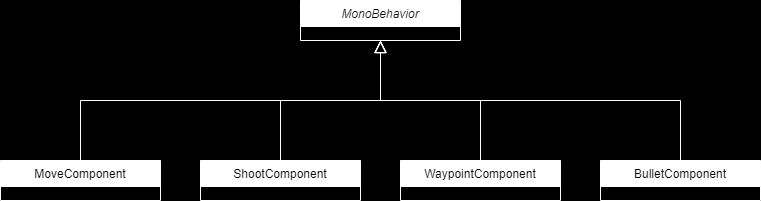
PedroSanchezPresidente/IAV-PFinal keeps this draw.io diagram as UML_PFINAL_IAV.png. Above is the earlier version. Source tidied: cells renumbered, new cells last; positions are measured from the earlier drawing's top-left corner, leaving out a move shared by most shapes. Source of this version:
```xml
<mxGraphModel background="#000000">
  <root>
    <mxCell id="0" />
    <mxCell id="1" parent="0" />
    <mxCell id="2" value="MonoBehavior" style="swimlane;fontStyle=2;align=center;verticalAlign=top;horizontal=1;startSize=26;rounded=0;shadow=0;strokeWidth=1;strokeColor=#FFFFFF;" parent="1" vertex="1">
      <mxGeometry x="300" width="160" height="40" as="geometry" />
    </mxCell>
    <mxCell id="3" value="MoveComponent" style="swimlane;fontStyle=0;align=center;verticalAlign=top;horizontal=1;startSize=26;rounded=0;shadow=0;strokeWidth=1;strokeColor=#FFFFFF;" parent="1" vertex="1">
      <mxGeometry y="160" width="160" height="40" as="geometry" />
    </mxCell>
    <mxCell id="4" style="endArrow=block;endSize=10;endFill=0;shadow=0;strokeWidth=1;rounded=0;curved=0;edgeStyle=elbowEdgeStyle;elbow=vertical;strokeColor=#FFFFFF;" parent="1" edge="1" source="3" target="2">
      <mxGeometry relative="1" as="geometry" />
    </mxCell>
    <mxCell id="5" value="ShootComponent" style="swimlane;fontStyle=0;align=center;verticalAlign=top;horizontal=1;startSize=26;rounded=0;shadow=0;strokeWidth=1;fillColor=#FFFFFF;strokeColor=#FFFFFF;" parent="1" vertex="1">
      <mxGeometry x="200" y="160" width="160" height="40" as="geometry" />
    </mxCell>
    <mxCell id="6" style="endArrow=block;endSize=10;endFill=0;shadow=0;strokeWidth=1;rounded=0;curved=0;edgeStyle=elbowEdgeStyle;elbow=vertical;strokeColor=#FFFFFF;" parent="1" edge="1" source="5" target="2">
      <mxGeometry relative="1" as="geometry" />
    </mxCell>
    <mxCell id="7" style="edgeStyle=orthogonalEdgeStyle;rounded=0;jettySize=auto;html=1;exitX=0.5;exitY=0;exitDx=0;exitDy=0;entryX=0.5;entryY=1;entryDx=0;entryDy=0;endArrow=block;endFill=0;endSize=10;strokeColor=#FFFFFF;" parent="1" edge="1" source="8" target="2">
      <mxGeometry relative="1" as="geometry" />
    </mxCell>
    <mxCell id="8" value="WaypointComponent" style="swimlane;fontStyle=0;align=center;verticalAlign=top;horizontal=1;startSize=26;rounded=0;shadow=0;strokeWidth=1;strokeColor=#FFFFFF;" parent="1" vertex="1">
      <mxGeometry x="400" y="160" width="160" height="40" as="geometry" />
    </mxCell>
    <mxCell id="9" style="edgeStyle=orthogonalEdgeStyle;rounded=0;jettySize=auto;html=1;exitX=0.5;exitY=0;exitDx=0;exitDy=0;entryX=0.5;entryY=1;entryDx=0;entryDy=0;endSize=10;endArrow=block;endFill=0;strokeColor=#FFFFFF;" parent="1" edge="1" source="10" target="2">
      <mxGeometry relative="1" as="geometry" />
    </mxCell>
    <mxCell id="10" value="BulletComponent" style="swimlane;fontStyle=0;align=center;verticalAlign=top;horizontal=1;startSize=26;rounded=0;shadow=0;strokeWidth=1;strokeColor=#FFFFFF;" parent="1" vertex="1">
      <mxGeometry x="600" y="160" width="160" height="40" as="geometry" />
    </mxCell>
  </root>
</mxGraphModel>
```
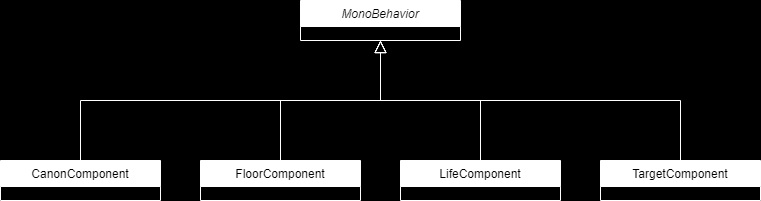
After the commit.

Change to the diagram source:
```diff
@@ -5,13 +5,13 @@
     <mxCell id="2" value="MonoBehavior" style="swimlane;fontStyle=2;align=center;verticalAlign=top;horizontal=1;startSize=26;rounded=0;shadow=0;strokeWidth=1;strokeColor=#FFFFFF;" parent="1" vertex="1">
       <mxGeometry x="300" width="160" height="40" as="geometry" />
     </mxCell>
-    <mxCell id="3" value="MoveComponent" style="swimlane;fontStyle=0;align=center;verticalAlign=top;horizontal=1;startSize=26;rounded=0;shadow=0;strokeWidth=1;strokeColor=#FFFFFF;" parent="1" vertex="1">
+    <mxCell id="3" value="CanonComponent" style="swimlane;fontStyle=0;align=center;verticalAlign=top;horizontal=1;startSize=26;rounded=0;shadow=0;strokeWidth=1;strokeColor=#FFFFFF;" parent="1" vertex="1">
       <mxGeometry y="160" width="160" height="40" as="geometry" />
     </mxCell>
     <mxCell id="4" style="endArrow=block;endSize=10;endFill=0;shadow=0;strokeWidth=1;rounded=0;curved=0;edgeStyle=elbowEdgeStyle;elbow=vertical;strokeColor=#FFFFFF;" parent="1" edge="1" source="3" target="2">
       <mxGeometry relative="1" as="geometry" />
     </mxCell>
-    <mxCell id="5" value="ShootComponent" style="swimlane;fontStyle=0;align=center;verticalAlign=top;horizontal=1;startSize=26;rounded=0;shadow=0;strokeWidth=1;fillColor=#FFFFFF;strokeColor=#FFFFFF;" parent="1" vertex="1">
+    <mxCell id="5" value="FloorComponent" style="swimlane;fontStyle=0;align=center;verticalAlign=top;horizontal=1;startSize=26;rounded=0;shadow=0;strokeWidth=1;fillColor=#FFFFFF;strokeColor=#FFFFFF;" parent="1" vertex="1">
       <mxGeometry x="200" y="160" width="160" height="40" as="geometry" />
     </mxCell>
     <mxCell id="6" style="endArrow=block;endSize=10;endFill=0;shadow=0;strokeWidth=1;rounded=0;curved=0;edgeStyle=elbowEdgeStyle;elbow=vertical;strokeColor=#FFFFFF;" parent="1" edge="1" source="5" target="2">
@@ -20,13 +20,13 @@
     <mxCell id="7" style="edgeStyle=orthogonalEdgeStyle;rounded=0;jettySize=auto;html=1;exitX=0.5;exitY=0;exitDx=0;exitDy=0;entryX=0.5;entryY=1;entryDx=0;entryDy=0;endArrow=block;endFill=0;endSize=10;strokeColor=#FFFFFF;" parent="1" edge="1" source="8" target="2">
       <mxGeometry relative="1" as="geometry" />
     </mxCell>
-    <mxCell id="8" value="WaypointComponent" style="swimlane;fontStyle=0;align=center;verticalAlign=top;horizontal=1;startSize=26;rounded=0;shadow=0;strokeWidth=1;strokeColor=#FFFFFF;" parent="1" vertex="1">
+    <mxCell id="8" value="LifeComponent" style="swimlane;fontStyle=0;align=center;verticalAlign=top;horizontal=1;startSize=26;rounded=0;shadow=0;strokeWidth=1;strokeColor=#FFFFFF;" parent="1" vertex="1">
       <mxGeometry x="400" y="160" width="160" height="40" as="geometry" />
     </mxCell>
     <mxCell id="9" style="edgeStyle=orthogonalEdgeStyle;rounded=0;jettySize=auto;html=1;exitX=0.5;exitY=0;exitDx=0;exitDy=0;entryX=0.5;entryY=1;entryDx=0;entryDy=0;endSize=10;endArrow=block;endFill=0;strokeColor=#FFFFFF;" parent="1" edge="1" source="10" target="2">
       <mxGeometry relative="1" as="geometry" />
     </mxCell>
-    <mxCell id="10" value="BulletComponent" style="swimlane;fontStyle=0;align=center;verticalAlign=top;horizontal=1;startSize=26;rounded=0;shadow=0;strokeWidth=1;strokeColor=#FFFFFF;" parent="1" vertex="1">
+    <mxCell id="10" value="TargetComponent" style="swimlane;fontStyle=0;align=center;verticalAlign=top;horizontal=1;startSize=26;rounded=0;shadow=0;strokeWidth=1;strokeColor=#FFFFFF;" parent="1" vertex="1">
       <mxGeometry x="600" y="160" width="160" height="40" as="geometry" />
     </mxCell>
   </root>
```
